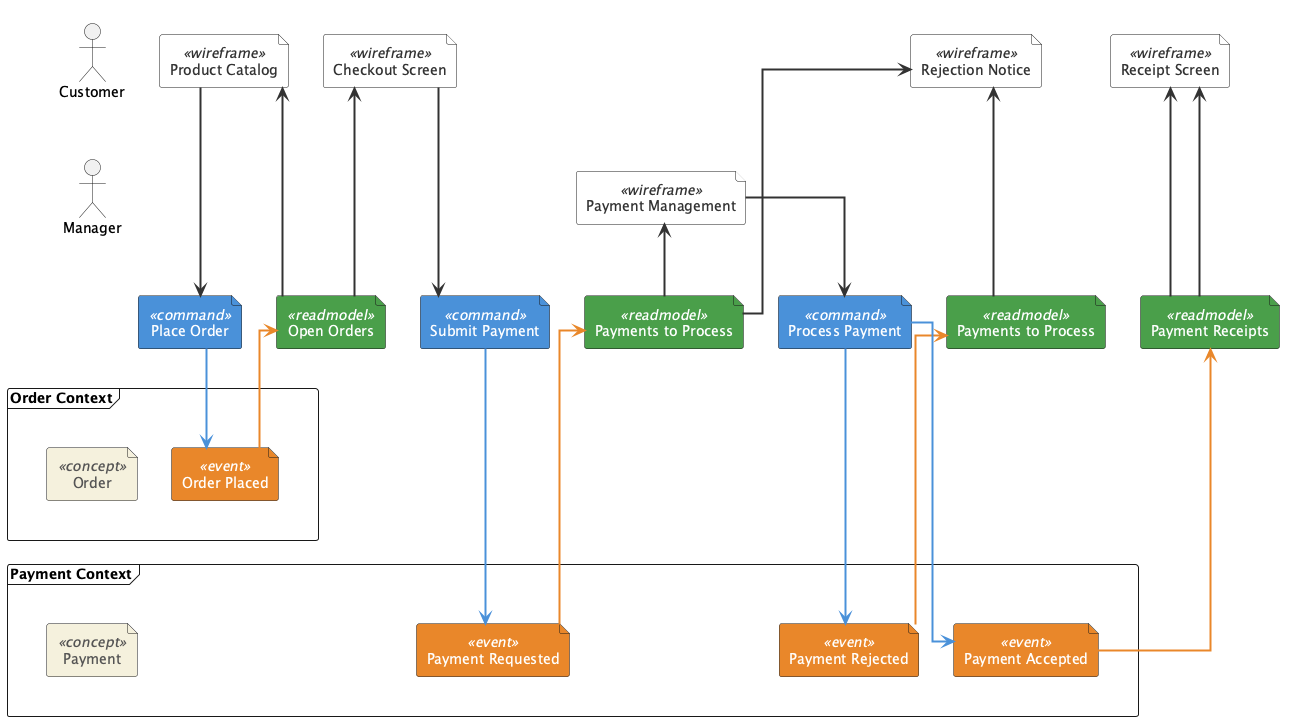
The PlantUML diagram examples/01-basic.png in milehimikey/event-model-plantuml, before a commit. Source of this version:
```plantuml
@startuml
!include_once ../event-model-plantuml.iuml

$enableAutoAlias()
$enableAutoLayout()

$actor(Customer)
$actor(Manager)

$aggregate(Order, $context = "Order Context")
$aggregate(Payment, $context = "Payment Context")

$screen(Product Catalog, Customer)
$command(Place Order)
$event(Order Placed, Order)
$readmodel(Open Orders)
$arrow(OpenOrders, ProductCatalog)

$screen(Checkout Screen, Customer)
$command(Submit Payment)
$event(Payment Requested, Payment)
$readmodel(Payments to Process)

$screen(Payment Management, Manager)
$command(Process Payment)
$event(Payment Rejected, Payment)
$readmodel(Payments to Process)
$screen(Rejection Notice, Customer)
$arrow(PaymentstoProcess, RejectionNotice)

$event(Payment Accepted, Payment)
$commandarrow(ProcessPayment, PaymentAccepted)
$readmodel(Payment Receipts)
$screen(Receipt Screen, Customer)
$arrow(PaymentReceipts, ReceiptScreen)

$renderEventModelingDiagram()
@enduml
```
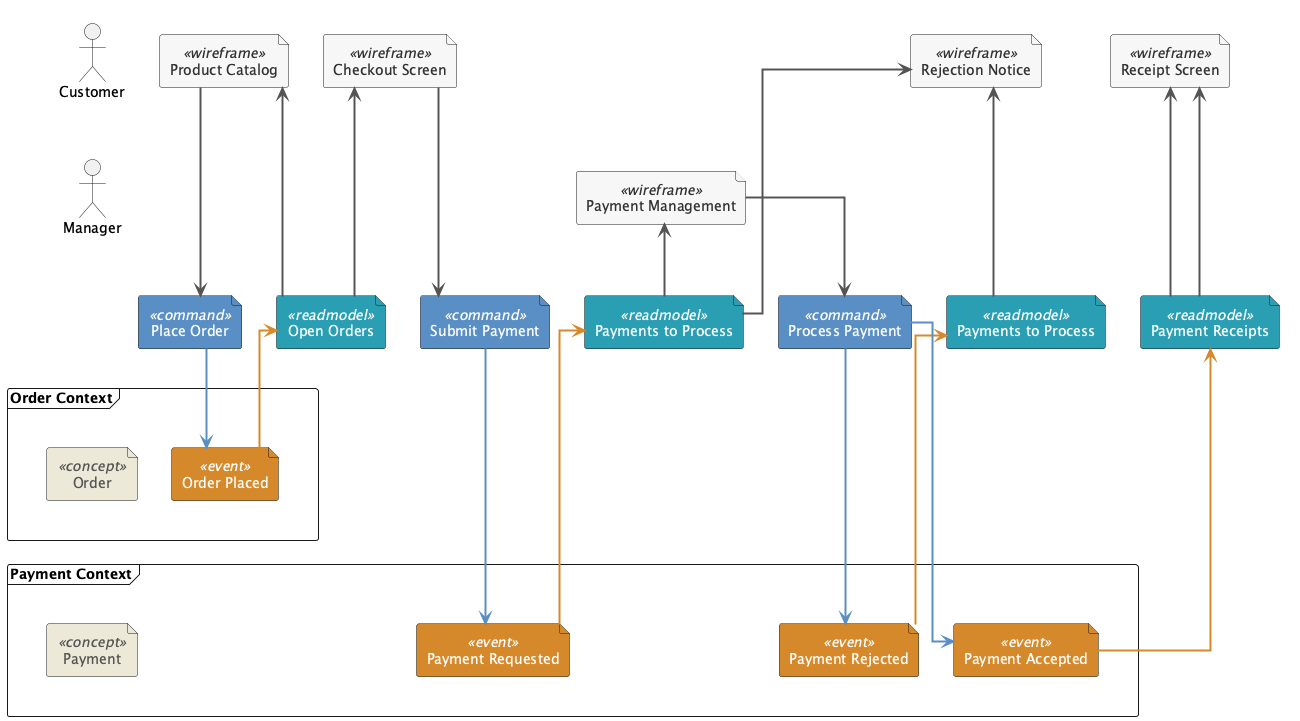
After the commit.

The edit, as a diff of the source:
```diff
@@ -1,5 +1,5 @@
 @startuml
-!include_once ../event-model-plantuml.iuml
+!include_once /Users/mikey/projects/event-modeling/event-model-plantuml/event-model-plantuml.iuml
 
 $enableAutoAlias()
 $enableAutoLayout()
```
